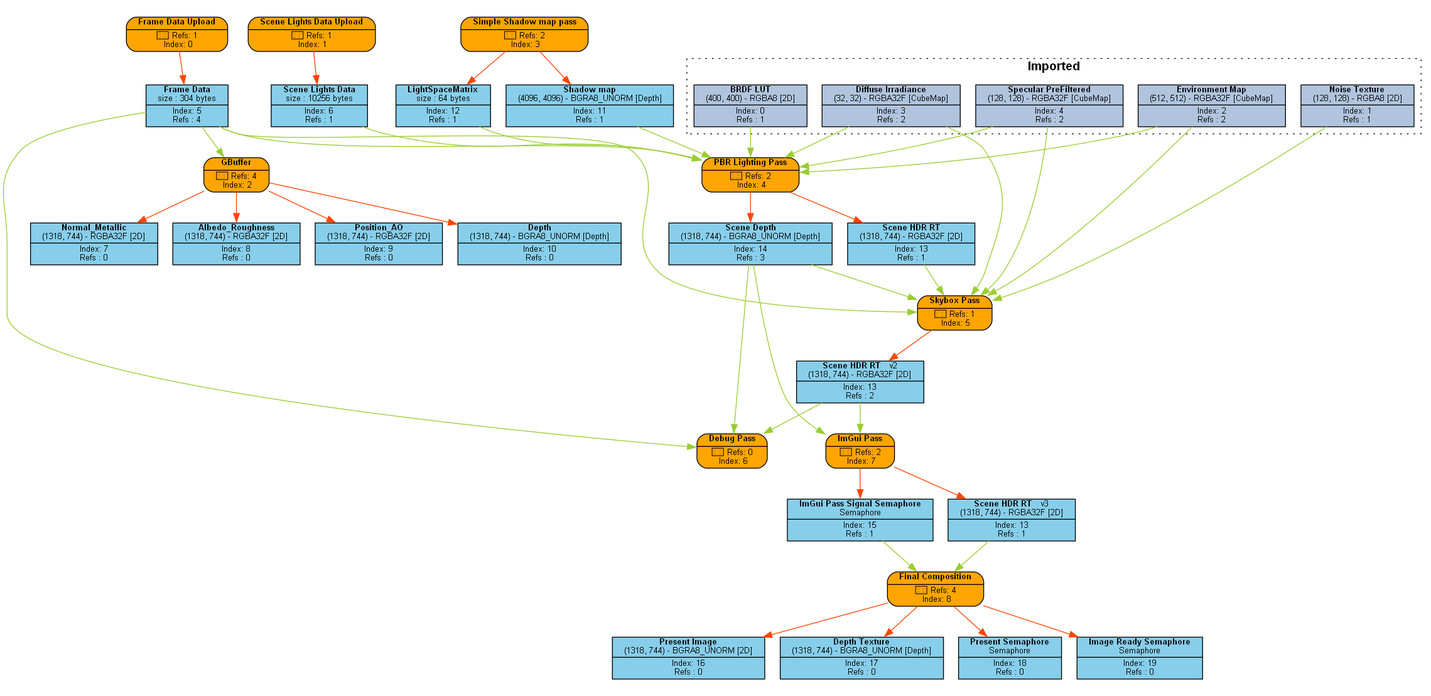
Earlier version of the Graphviz export Engine/content/FrameGraphs/PNG/pbr_lighting_test.png (Pikachuxxxx/Razix). Its source is kept beside it as Engine/content/FrameGraphs/pbr_lighting_test.dot. Its diagram source:
```dot
digraph FrameGraph {
graph [style=invis, rankdir="TB" ordering=out, splines=spline]
node [shape=record, fontname="helvetica", fontsize=10, margin="0.2,0.03"]

P0 [label=<{ {<B>Frame Data Upload</B>} | {&#x2605; Refs: 1<BR/> Index: 0} }> style="rounded,filled", fillcolor=orange]
P1 [label=<{ {<B>Scene Lights Data Upload</B>} | {&#x2605; Refs: 1<BR/> Index: 1} }> style="rounded,filled", fillcolor=orange]
P2 [label=<{ {<B>GBuffer</B>} | {&#x2605; Refs: 4<BR/> Index: 2} }> style="rounded,filled", fillcolor=orange]
P3 [label=<{ {<B>Simple Shadow map pass</B>} | {&#x2605; Refs: 2<BR/> Index: 3} }> style="rounded,filled", fillcolor=orange]
P4 [label=<{ {<B>PBR Lighting Pass</B>} | {&#x2605; Refs: 2<BR/> Index: 4} }> style="rounded,filled", fillcolor=orange]
P5 [label=<{ {<B>Skybox Pass</B>} | {&#x2605; Refs: 1<BR/> Index: 5} }> style="rounded,filled", fillcolor=orange]
P6 [label=<{ {<B>Debug Pass</B>} | {&#x2605; Refs: 0<BR/> Index: 6} }> style="rounded,filled", fillcolor=orange]
P7 [label=<{ {<B>ImGui Pass</B>} | {&#x2605; Refs: 2<BR/> Index: 7} }> style="rounded,filled", fillcolor=orange]
P8 [label=<{ {<B>Final Composition</B>} | {&#x2605; Refs: 4<BR/> Index: 8} }> style="rounded,filled", fillcolor=orange]

R0_1 [label=<{ {<B>BRDF LUT</B><BR/>(400, 400) - RGBA8 [2D]} | {Index: 0<BR/>Refs : 1} }> style=filled, fillcolor=lightsteelblue]
R1_1 [label=<{ {<B>Noise Texture</B><BR/>(128, 128) - RGBA8 [2D]} | {Index: 1<BR/>Refs : 1} }> style=filled, fillcolor=lightsteelblue]
R2_1 [label=<{ {<B>Environment Map</B><BR/>(512, 512) - RGBA32F [CubeMap]} | {Index: 2<BR/>Refs : 2} }> style=filled, fillcolor=lightsteelblue]
R3_1 [label=<{ {<B>Diffuse Irradiance</B><BR/>(32, 32) - RGBA32F [CubeMap]} | {Index: 3<BR/>Refs : 2} }> style=filled, fillcolor=lightsteelblue]
R4_1 [label=<{ {<B>Specular PreFiltered</B><BR/>(128, 128) - RGBA32F [CubeMap]} | {Index: 4<BR/>Refs : 2} }> style=filled, fillcolor=lightsteelblue]
R5_1 [label=<{ {<B>Frame Data</B><BR/>size : 304 bytes} | {Index: 5<BR/>Refs : 4} }> style=filled, fillcolor=skyblue]
R6_1 [label=<{ {<B>Scene Lights Data</B><BR/>size : 10256 bytes} | {Index: 6<BR/>Refs : 1} }> style=filled, fillcolor=skyblue]
R7_1 [label=<{ {<B>Normal_Metallic</B><BR/>(1318, 744) - RGBA32F [2D]} | {Index: 7<BR/>Refs : 0} }> style=filled, fillcolor=skyblue]
R8_1 [label=<{ {<B>Albedo_Roughness</B><BR/>(1318, 744) - RGBA32F [2D]} | {Index: 8<BR/>Refs : 0} }> style=filled, fillcolor=skyblue]
R9_1 [label=<{ {<B>Position_AO</B><BR/>(1318, 744) - RGBA32F [2D]} | {Index: 9<BR/>Refs : 0} }> style=filled, fillcolor=skyblue]
R10_1 [label=<{ {<B>Depth</B><BR/>(1318, 744) - BGRA8_UNORM [Depth]} | {Index: 10<BR/>Refs : 0} }> style=filled, fillcolor=skyblue]
R11_1 [label=<{ {<B>Shadow map</B><BR/>(4096, 4096) - BGRA8_UNORM [Depth]} | {Index: 11<BR/>Refs : 1} }> style=filled, fillcolor=skyblue]
R12_1 [label=<{ {<B>LightSpaceMatrix</B><BR/>size : 64 bytes} | {Index: 12<BR/>Refs : 1} }> style=filled, fillcolor=skyblue]
R13_1 [label=<{ {<B>Scene HDR RT</B><BR/>(1318, 744) - RGBA32F [2D]} | {Index: 13<BR/>Refs : 1} }> style=filled, fillcolor=skyblue]
R14_1 [label=<{ {<B>Scene Depth</B><BR/>(1318, 744) - BGRA8_UNORM [Depth]} | {Index: 14<BR/>Refs : 3} }> style=filled, fillcolor=skyblue]
R13_2 [label=<{ {<B>Scene HDR RT</B>   <FONT>v2</FONT><BR/>(1318, 744) - RGBA32F [2D]} | {Index: 13<BR/>Refs : 2} }> style=filled, fillcolor=skyblue]
R15_1 [label=<{ {<B>ImGui Pass Signal Semaphore</B><BR/>Semaphore} | {Index: 15<BR/>Refs : 1} }> style=filled, fillcolor=skyblue]
R13_3 [label=<{ {<B>Scene HDR RT</B>   <FONT>v3</FONT><BR/>(1318, 744) - RGBA32F [2D]} | {Index: 13<BR/>Refs : 1} }> style=filled, fillcolor=skyblue]
R16_1 [label=<{ {<B>Present Image</B><BR/>(1318, 744) - BGRA8_UNORM [2D]} | {Index: 16<BR/>Refs : 0} }> style=filled, fillcolor=skyblue]
R17_1 [label=<{ {<B>Depth Texture</B><BR/>(1318, 744) - BGRA8_UNORM [Depth]} | {Index: 17<BR/>Refs : 0} }> style=filled, fillcolor=skyblue]
R18_1 [label=<{ {<B>Present Semaphore</B><BR/>Semaphore} | {Index: 18<BR/>Refs : 0} }> style=filled, fillcolor=skyblue]
R19_1 [label=<{ {<B>Image Ready Semaphore</B><BR/>Semaphore} | {Index: 19<BR/>Refs : 0} }> style=filled, fillcolor=skyblue]

P0 -> { R5_1 } [color=orangered]
P1 -> { R6_1 } [color=orangered]
P2 -> { R7_1 R8_1 R9_1 R10_1 } [color=orangered]
P3 -> { R11_1 R12_1 } [color=orangered]
P4 -> { R13_1 R14_1 } [color=orangered]
P5 -> { R13_2 } [color=orangered]
P6 -> { } [color=orangered]
P7 -> { R13_3 R15_1 } [color=orangered]
P8 -> { R16_1 R17_1 R18_1 R19_1 } [color=orangered]

R0_1 -> { P4 } [color=olivedrab3]
R1_1 -> { P5 } [color=olivedrab3]
R2_1 -> { P4 P5 } [color=olivedrab3]
R3_1 -> { P4 P5 } [color=olivedrab3]
R4_1 -> { P4 P5 } [color=olivedrab3]
R5_1 -> { P2 P4 P5 P6 } [color=olivedrab3]
R6_1 -> { P4 } [color=olivedrab3]
R7_1 -> { } [color=olivedrab3]
R8_1 -> { } [color=olivedrab3]
R9_1 -> { } [color=olivedrab3]
R10_1 -> { } [color=olivedrab3]
R11_1 -> { P4 } [color=olivedrab3]
R12_1 -> { P4 } [color=olivedrab3]
R13_1 -> { P5 } [color=olivedrab3]
R14_1 -> { P5 P6 P7 } [color=olivedrab3]
R13_2 -> { P6 P7 } [color=olivedrab3]
R15_1 -> { P8 } [color=olivedrab3]
R13_3 -> { P8 } [color=olivedrab3]
R16_1 -> { } [color=olivedrab3]
R17_1 -> { } [color=olivedrab3]
R18_1 -> { } [color=olivedrab3]
R19_1 -> { } [color=olivedrab3]

subgraph cluster_0 {
P0 R5_1
}
subgraph cluster_1 {
P1 R6_1
}
subgraph cluster_2 {
P2 R7_1 R8_1 R9_1 R10_1
}
subgraph cluster_3 {
P3 R11_1 R12_1
}
subgraph cluster_4 {
P4 R13_1 R14_1
}
subgraph cluster_5 {
P5
}
subgraph cluster_6 {
P6
}
subgraph cluster_7 {
P7 R15_1
}
subgraph cluster_8 {
P8 R16_1 R17_1 R18_1 R19_1
}

subgraph cluster_imported_resources {
graph [style=dotted, fontname="helvetica", label=< <B>Imported</B> >]
R0_1 R1_1 R2_1 R3_1 R4_1
}

}
```
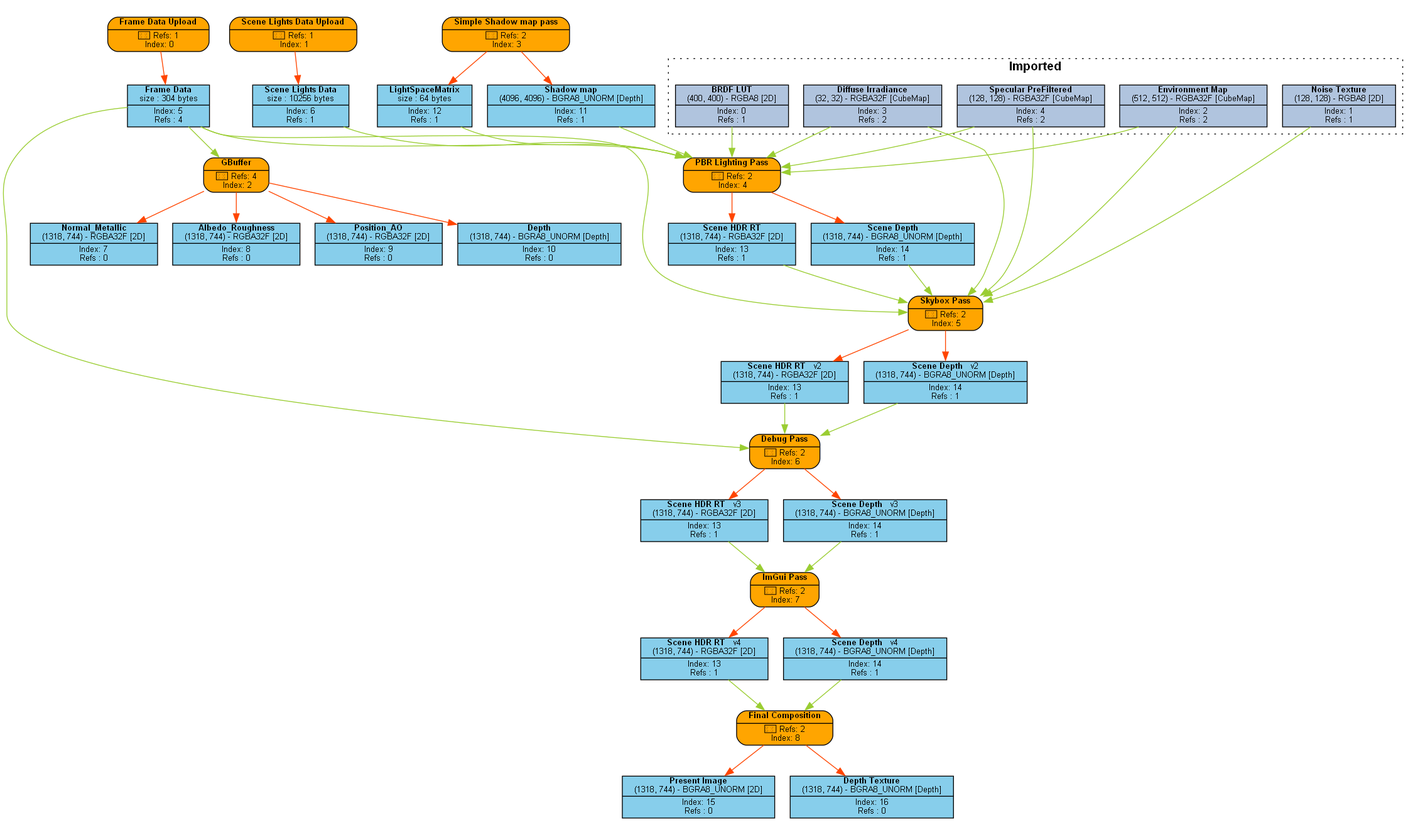
Later version of the same file.

The edit, as a diff of the source:
```diff
@@ -4,69 +4,61 @@
 
 P0 [label=<{ {<B>Frame Data Upload</B>} | {&#x2605; Refs: 1<BR/> Index: 0} }> style="rounded,filled", fillcolor=orange]
 P1 [label=<{ {<B>Scene Lights Data Upload</B>} | {&#x2605; Refs: 1<BR/> Index: 1} }> style="rounded,filled", fillcolor=orange]
-P2 [label=<{ {<B>GBuffer</B>} | {&#x2605; Refs: 4<BR/> Index: 2} }> style="rounded,filled", fillcolor=orange]
-P3 [label=<{ {<B>Simple Shadow map pass</B>} | {&#x2605; Refs: 2<BR/> Index: 3} }> style="rounded,filled", fillcolor=orange]
-P4 [label=<{ {<B>PBR Lighting Pass</B>} | {&#x2605; Refs: 2<BR/> Index: 4} }> style="rounded,filled", fillcolor=orange]
-P5 [label=<{ {<B>Skybox Pass</B>} | {&#x2605; Refs: 1<BR/> Index: 5} }> style="rounded,filled", fillcolor=orange]
-P6 [label=<{ {<B>Debug Pass</B>} | {&#x2605; Refs: 0<BR/> Index: 6} }> style="rounded,filled", fillcolor=orange]
-P7 [label=<{ {<B>ImGui Pass</B>} | {&#x2605; Refs: 2<BR/> Index: 7} }> style="rounded,filled", fillcolor=orange]
-P8 [label=<{ {<B>Final Composition</B>} | {&#x2605; Refs: 4<BR/> Index: 8} }> style="rounded,filled", fillcolor=orange]
+P2 [label=<{ {<B>Simple Shadow map pass</B>} | {&#x2605; Refs: 2<BR/> Index: 2} }> style="rounded,filled", fillcolor=orange]
+P3 [label=<{ {<B>PBR Lighting Pass</B>} | {&#x2605; Refs: 2<BR/> Index: 3} }> style="rounded,filled", fillcolor=orange]
+P4 [label=<{ {<B>Skybox Pass</B>} | {&#x2605; Refs: 2<BR/> Index: 4} }> style="rounded,filled", fillcolor=orange]
+P5 [label=<{ {<B>Debug Pass</B>} | {&#x2605; Refs: 2<BR/> Index: 5} }> style="rounded,filled", fillcolor=orange]
+P6 [label=<{ {<B>ImGui Pass</B>} | {&#x2605; Refs: 2<BR/> Index: 6} }> style="rounded,filled", fillcolor=orange]
+P7 [label=<{ {<B>Final Composition</B>} | {&#x2605; Refs: 2<BR/> Index: 7} }> style="rounded,filled", fillcolor=orange]
 
 R0_1 [label=<{ {<B>BRDF LUT</B><BR/>(400, 400) - RGBA8 [2D]} | {Index: 0<BR/>Refs : 1} }> style=filled, fillcolor=lightsteelblue]
 R1_1 [label=<{ {<B>Noise Texture</B><BR/>(128, 128) - RGBA8 [2D]} | {Index: 1<BR/>Refs : 1} }> style=filled, fillcolor=lightsteelblue]
 R2_1 [label=<{ {<B>Environment Map</B><BR/>(512, 512) - RGBA32F [CubeMap]} | {Index: 2<BR/>Refs : 2} }> style=filled, fillcolor=lightsteelblue]
 R3_1 [label=<{ {<B>Diffuse Irradiance</B><BR/>(32, 32) - RGBA32F [CubeMap]} | {Index: 3<BR/>Refs : 2} }> style=filled, fillcolor=lightsteelblue]
 R4_1 [label=<{ {<B>Specular PreFiltered</B><BR/>(128, 128) - RGBA32F [CubeMap]} | {Index: 4<BR/>Refs : 2} }> style=filled, fillcolor=lightsteelblue]
-R5_1 [label=<{ {<B>Frame Data</B><BR/>size : 304 bytes} | {Index: 5<BR/>Refs : 4} }> style=filled, fillcolor=skyblue]
+R5_1 [label=<{ {<B>Frame Data</B><BR/>size : 304 bytes} | {Index: 5<BR/>Refs : 3} }> style=filled, fillcolor=skyblue]
 R6_1 [label=<{ {<B>Scene Lights Data</B><BR/>size : 10256 bytes} | {Index: 6<BR/>Refs : 1} }> style=filled, fillcolor=skyblue]
-R7_1 [label=<{ {<B>Normal_Metallic</B><BR/>(1318, 744) - RGBA32F [2D]} | {Index: 7<BR/>Refs : 0} }> style=filled, fillcolor=skyblue]
-R8_1 [label=<{ {<B>Albedo_Roughness</B><BR/>(1318, 744) - RGBA32F [2D]} | {Index: 8<BR/>Refs : 0} }> style=filled, fillcolor=skyblue]
-R9_1 [label=<{ {<B>Position_AO</B><BR/>(1318, 744) - RGBA32F [2D]} | {Index: 9<BR/>Refs : 0} }> style=filled, fillcolor=skyblue]
-R10_1 [label=<{ {<B>Depth</B><BR/>(1318, 744) - BGRA8_UNORM [Depth]} | {Index: 10<BR/>Refs : 0} }> style=filled, fillcolor=skyblue]
-R11_1 [label=<{ {<B>Shadow map</B><BR/>(4096, 4096) - BGRA8_UNORM [Depth]} | {Index: 11<BR/>Refs : 1} }> style=filled, fillcolor=skyblue]
-R12_1 [label=<{ {<B>LightSpaceMatrix</B><BR/>size : 64 bytes} | {Index: 12<BR/>Refs : 1} }> style=filled, fillcolor=skyblue]
-R13_1 [label=<{ {<B>Scene HDR RT</B><BR/>(1318, 744) - RGBA32F [2D]} | {Index: 13<BR/>Refs : 1} }> style=filled, fillcolor=skyblue]
-R14_1 [label=<{ {<B>Scene Depth</B><BR/>(1318, 744) - BGRA8_UNORM [Depth]} | {Index: 14<BR/>Refs : 3} }> style=filled, fillcolor=skyblue]
-R13_2 [label=<{ {<B>Scene HDR RT</B>   <FONT>v2</FONT><BR/>(1318, 744) - RGBA32F [2D]} | {Index: 13<BR/>Refs : 2} }> style=filled, fillcolor=skyblue]
-R15_1 [label=<{ {<B>ImGui Pass Signal Semaphore</B><BR/>Semaphore} | {Index: 15<BR/>Refs : 1} }> style=filled, fillcolor=skyblue]
-R13_3 [label=<{ {<B>Scene HDR RT</B>   <FONT>v3</FONT><BR/>(1318, 744) - RGBA32F [2D]} | {Index: 13<BR/>Refs : 1} }> style=filled, fillcolor=skyblue]
-R16_1 [label=<{ {<B>Present Image</B><BR/>(1318, 744) - BGRA8_UNORM [2D]} | {Index: 16<BR/>Refs : 0} }> style=filled, fillcolor=skyblue]
-R17_1 [label=<{ {<B>Depth Texture</B><BR/>(1318, 744) - BGRA8_UNORM [Depth]} | {Index: 17<BR/>Refs : 0} }> style=filled, fillcolor=skyblue]
-R18_1 [label=<{ {<B>Present Semaphore</B><BR/>Semaphore} | {Index: 18<BR/>Refs : 0} }> style=filled, fillcolor=skyblue]
-R19_1 [label=<{ {<B>Image Ready Semaphore</B><BR/>Semaphore} | {Index: 19<BR/>Refs : 0} }> style=filled, fillcolor=skyblue]
+R7_1 [label=<{ {<B>Shadow map</B><BR/>(4096, 4096) - BGRA8_UNORM [Depth]} | {Index: 7<BR/>Refs : 1} }> style=filled, fillcolor=skyblue]
+R8_1 [label=<{ {<B>LightSpaceMatrix</B><BR/>size : 64 bytes} | {Index: 8<BR/>Refs : 1} }> style=filled, fillcolor=skyblue]
+R9_1 [label=<{ {<B>Scene HDR RT</B><BR/>(1318, 744) - RGBA32F [2D]} | {Index: 9<BR/>Refs : 1} }> style=filled, fillcolor=skyblue]
+R10_1 [label=<{ {<B>Scene Depth</B><BR/>(1318, 744) - BGRA8_UNORM [Depth]} | {Index: 10<BR/>Refs : 1} }> style=filled, fillcolor=skyblue]
+R9_2 [label=<{ {<B>Scene HDR RT</B>   <FONT>v2</FONT><BR/>(1318, 744) - RGBA32F [2D]} | {Index: 9<BR/>Refs : 1} }> style=filled, fillcolor=skyblue]
+R10_2 [label=<{ {<B>Scene Depth</B>   <FONT>v2</FONT><BR/>(1318, 744) - BGRA8_UNORM [Depth]} | {Index: 10<BR/>Refs : 1} }> style=filled, fillcolor=skyblue]
+R9_3 [label=<{ {<B>Scene HDR RT</B>   <FONT>v3</FONT><BR/>(1318, 744) - RGBA32F [2D]} | {Index: 9<BR/>Refs : 1} }> style=filled, fillcolor=skyblue]
+R10_3 [label=<{ {<B>Scene Depth</B>   <FONT>v3</FONT><BR/>(1318, 744) - BGRA8_UNORM [Depth]} | {Index: 10<BR/>Refs : 1} }> style=filled, fillcolor=skyblue]
+R9_4 [label=<{ {<B>Scene HDR RT</B>   <FONT>v4</FONT><BR/>(1318, 744) - RGBA32F [2D]} | {Index: 9<BR/>Refs : 1} }> style=filled, fillcolor=skyblue]
+R10_4 [label=<{ {<B>Scene Depth</B>   <FONT>v4</FONT><BR/>(1318, 744) - BGRA8_UNORM [Depth]} | {Index: 10<BR/>Refs : 1} }> style=filled, fillcolor=skyblue]
+R11_1 [label=<{ {<B>Present Image</B><BR/>(1318, 744) - BGRA8_UNORM [2D]} | {Index: 11<BR/>Refs : 0} }> style=filled, fillcolor=skyblue]
+R12_1 [label=<{ {<B>Depth Texture</B><BR/>(1318, 744) - BGRA8_UNORM [Depth]} | {Index: 12<BR/>Refs : 0} }> style=filled, fillcolor=skyblue]
 
 P0 -> { R5_1 } [color=orangered]
 P1 -> { R6_1 } [color=orangered]
-P2 -> { R7_1 R8_1 R9_1 R10_1 } [color=orangered]
-P3 -> { R11_1 R12_1 } [color=orangered]
-P4 -> { R13_1 R14_1 } [color=orangered]
-P5 -> { R13_2 } [color=orangered]
-P6 -> { } [color=orangered]
-P7 -> { R13_3 R15_1 } [color=orangered]
-P8 -> { R16_1 R17_1 R18_1 R19_1 } [color=orangered]
+P2 -> { R7_1 R8_1 } [color=orangered]
+P3 -> { R9_1 R10_1 } [color=orangered]
+P4 -> { R9_2 R10_2 } [color=orangered]
+P5 -> { R9_3 R10_3 } [color=orangered]
+P6 -> { R9_4 R10_4 } [color=orangered]
+P7 -> { R11_1 R12_1 } [color=orangered]
 
-R0_1 -> { P4 } [color=olivedrab3]
-R1_1 -> { P5 } [color=olivedrab3]
-R2_1 -> { P4 P5 } [color=olivedrab3]
-R3_1 -> { P4 P5 } [color=olivedrab3]
-R4_1 -> { P4 P5 } [color=olivedrab3]
-R5_1 -> { P2 P4 P5 P6 } [color=olivedrab3]
-R6_1 -> { P4 } [color=olivedrab3]
-R7_1 -> { } [color=olivedrab3]
-R8_1 -> { } [color=olivedrab3]
-R9_1 -> { } [color=olivedrab3]
-R10_1 -> { } [color=olivedrab3]
-R11_1 -> { P4 } [color=olivedrab3]
-R12_1 -> { P4 } [color=olivedrab3]
-R13_1 -> { P5 } [color=olivedrab3]
-R14_1 -> { P5 P6 P7 } [color=olivedrab3]
-R13_2 -> { P6 P7 } [color=olivedrab3]
-R15_1 -> { P8 } [color=olivedrab3]
-R13_3 -> { P8 } [color=olivedrab3]
-R16_1 -> { } [color=olivedrab3]
-R17_1 -> { } [color=olivedrab3]
-R18_1 -> { } [color=olivedrab3]
-R19_1 -> { } [color=olivedrab3]
+R0_1 -> { P3 } [color=olivedrab3]
+R1_1 -> { P4 } [color=olivedrab3]
+R2_1 -> { P3 P4 } [color=olivedrab3]
+R3_1 -> { P3 P4 } [color=olivedrab3]
+R4_1 -> { P3 P4 } [color=olivedrab3]
+R5_1 -> { P3 P4 P5 } [color=olivedrab3]
+R6_1 -> { P3 } [color=olivedrab3]
+R7_1 -> { P3 } [color=olivedrab3]
+R8_1 -> { P3 } [color=olivedrab3]
+R9_1 -> { P4 } [color=olivedrab3]
+R10_1 -> { P4 } [color=olivedrab3]
+R9_2 -> { P5 } [color=olivedrab3]
+R10_2 -> { P5 } [color=olivedrab3]
+R9_3 -> { P6 } [color=olivedrab3]
+R10_3 -> { P6 } [color=olivedrab3]
+R9_4 -> { P7 } [color=olivedrab3]
+R10_4 -> { P7 } [color=olivedrab3]
+R11_1 -> { } [color=olivedrab3]
+R12_1 -> { } [color=olivedrab3]
 
 subgraph cluster_0 {
 P0 R5_1
@@ -75,13 +67,13 @@
 P1 R6_1
 }
 subgraph cluster_2 {
-P2 R7_1 R8_1 R9_1 R10_1
+P2 R7_1 R8_1
 }
 subgraph cluster_3 {
-P3 R11_1 R12_1
+P3 R9_1 R10_1
 }
 subgraph cluster_4 {
-P4 R13_1 R14_1
+P4
 }
 subgraph cluster_5 {
 P5
@@ -90,10 +82,7 @@
 P6
 }
 subgraph cluster_7 {
-P7 R15_1
-}
-subgraph cluster_8 {
-P8 R16_1 R17_1 R18_1 R19_1
+P7 R11_1 R12_1
 }
 
 subgraph cluster_imported_resources {
```
